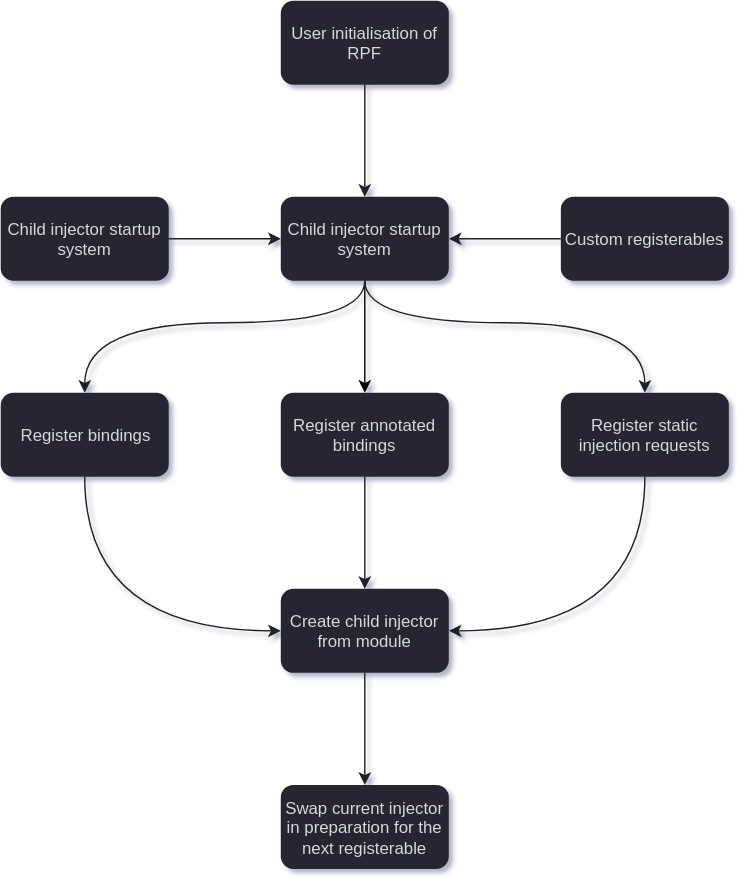
The draw.io diagram includes/img/flow.svg in PiggyPiglet/Framework-Site, before a commit. Source tidied: cells renumbered, new cells last; positions are measured from the earlier drawing's top-left corner, leaving out a move shared by most shapes. Its diagram source:
```xml
<mxGraphModel shadow="1">
  <root>
    <mxCell id="0" />
    <mxCell id="1" parent="0" />
    <mxCell id="2" style="edgeStyle=orthogonalEdgeStyle;jettySize=auto;html=1;curved=1;strokeColor=#1e2127;shadow=0;" parent="1" edge="1" source="3" target="7">
      <mxGeometry relative="1" as="geometry" />
    </mxCell>
    <mxCell id="3" value="Custom registerables" style="rounded=1;whiteSpace=wrap;html=1;glass=0;comic=0;shadow=0;strokeColor=none;fillColor=#252830;fontColor=#d8d8d8;" parent="1" vertex="1">
      <mxGeometry x="400" y="140" width="120" height="60" as="geometry" />
    </mxCell>
    <mxCell id="4" style="edgeStyle=orthogonalEdgeStyle;jettySize=auto;html=1;curved=1;shadow=0;" parent="1" edge="1" source="7" target="13">
      <mxGeometry relative="1" as="geometry" />
    </mxCell>
    <mxCell id="5" style="edgeStyle=orthogonalEdgeStyle;jettySize=auto;html=1;entryX=0.5;entryY=0;entryDx=0;entryDy=0;curved=1;strokeColor=#1e2127;shadow=0;" parent="1" edge="1" source="7" target="20">
      <mxGeometry relative="1" as="geometry">
        <Array as="points">
          <mxPoint x="260" y="230" />
          <mxPoint x="60" y="230" />
        </Array>
      </mxGeometry>
    </mxCell>
    <mxCell id="6" style="edgeStyle=orthogonalEdgeStyle;jettySize=auto;html=1;entryX=0.5;entryY=0;entryDx=0;entryDy=0;shadow=0;comic=0;strokeColor=#1e2127;curved=1;" parent="1" edge="1" source="7" target="18">
      <mxGeometry relative="1" as="geometry">
        <Array as="points">
          <mxPoint x="260" y="230" />
          <mxPoint x="460" y="230" />
        </Array>
      </mxGeometry>
    </mxCell>
    <mxCell id="7" value="Child injector startup system" style="rounded=1;whiteSpace=wrap;html=1;glass=0;comic=0;shadow=0;strokeColor=none;fillColor=#252830;fontColor=#d8d8d8;" parent="1" vertex="1">
      <mxGeometry x="200" y="140" width="120" height="60" as="geometry" />
    </mxCell>
    <mxCell id="8" style="edgeStyle=orthogonalEdgeStyle;jettySize=auto;html=1;curved=1;strokeColor=#1e2127;shadow=0;" parent="1" edge="1" source="9" target="7">
      <mxGeometry relative="1" as="geometry" />
    </mxCell>
    <mxCell id="9" value="User initialisation of RPF" style="rounded=1;whiteSpace=wrap;html=1;shadow=0;strokeColor=none;fillColor=#252830;fontColor=#d8d8d8;" parent="1" vertex="1">
      <mxGeometry x="200" width="120" height="60" as="geometry" />
    </mxCell>
    <mxCell id="10" style="edgeStyle=orthogonalEdgeStyle;jettySize=auto;html=1;curved=1;strokeColor=#1e2127;shadow=0;" parent="1" edge="1" source="11" target="7">
      <mxGeometry relative="1" as="geometry" />
    </mxCell>
    <mxCell id="11" value="Child injector startup system" style="rounded=1;whiteSpace=wrap;html=1;glass=0;comic=0;shadow=0;strokeColor=none;fillColor=#252830;fontColor=#d8d8d8;" parent="1" vertex="1">
      <mxGeometry y="140" width="120" height="60" as="geometry" />
    </mxCell>
    <mxCell id="12" style="edgeStyle=orthogonalEdgeStyle;jettySize=auto;html=1;curved=1;strokeColor=#1e2127;shadow=0;" parent="1" edge="1" source="13" target="15">
      <mxGeometry relative="1" as="geometry" />
    </mxCell>
    <mxCell id="13" value="Register annotated bindings" style="rounded=1;whiteSpace=wrap;html=1;glass=0;comic=0;shadow=0;strokeColor=none;fillColor=#252830;fontColor=#d8d8d8;" parent="1" vertex="1">
      <mxGeometry x="200" y="280" width="120" height="60" as="geometry" />
    </mxCell>
    <mxCell id="14" style="edgeStyle=orthogonalEdgeStyle;jettySize=auto;html=1;curved=1;strokeColor=#1e2127;shadow=0;" parent="1" edge="1" source="15" target="16">
      <mxGeometry relative="1" as="geometry" />
    </mxCell>
    <mxCell id="15" value="Create child injector from module" style="rounded=1;whiteSpace=wrap;html=1;glass=0;comic=0;shadow=0;strokeColor=none;fillColor=#252830;fontColor=#d8d8d8;" parent="1" vertex="1">
      <mxGeometry x="200" y="420" width="120" height="60" as="geometry" />
    </mxCell>
    <mxCell id="16" value="Swap current injector in preparation for the next registerable" style="rounded=1;whiteSpace=wrap;html=1;glass=0;comic=0;shadow=0;strokeColor=none;fillColor=#252830;fontColor=#d8d8d8;" parent="1" vertex="1">
      <mxGeometry x="200" y="560" width="120" height="60" as="geometry" />
    </mxCell>
    <mxCell id="17" style="edgeStyle=orthogonalEdgeStyle;jettySize=auto;html=1;entryX=1;entryY=0.5;entryDx=0;entryDy=0;curved=1;strokeColor=#1e2127;shadow=0;" parent="1" edge="1" source="18" target="15">
      <mxGeometry relative="1" as="geometry">
        <Array as="points">
          <mxPoint x="460" y="450" />
        </Array>
      </mxGeometry>
    </mxCell>
    <mxCell id="18" value="Register static injection requests" style="rounded=1;whiteSpace=wrap;html=1;glass=0;comic=0;shadow=0;strokeColor=none;fillColor=#252830;fontColor=#d8d8d8;" parent="1" vertex="1">
      <mxGeometry x="400" y="280" width="120" height="60" as="geometry" />
    </mxCell>
    <mxCell id="19" style="edgeStyle=orthogonalEdgeStyle;jettySize=auto;html=1;entryX=0;entryY=0.5;entryDx=0;entryDy=0;curved=1;strokeColor=#1e2127;shadow=0;" parent="1" edge="1" source="20" target="15">
      <mxGeometry relative="1" as="geometry">
        <Array as="points">
          <mxPoint x="60" y="450" />
        </Array>
      </mxGeometry>
    </mxCell>
    <mxCell id="20" value="Register bindings" style="rounded=1;whiteSpace=wrap;html=1;glass=0;comic=0;shadow=0;strokeColor=none;fillColor=#252830;fontColor=#d8d8d8;" parent="1" vertex="1">
      <mxGeometry y="280" width="120" height="60" as="geometry" />
    </mxCell>
  </root>
</mxGraphModel>
```
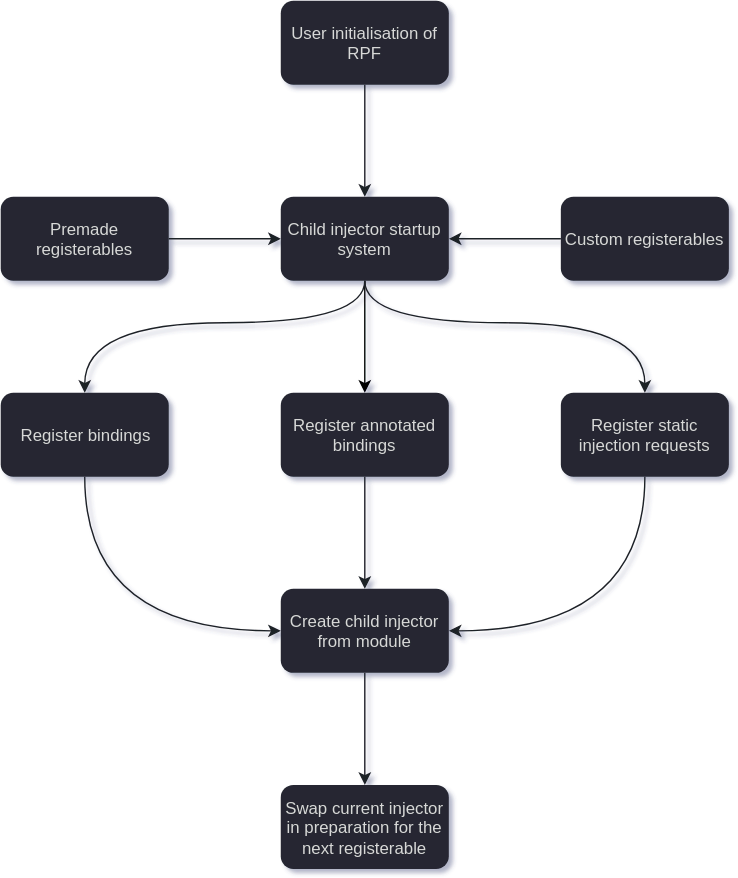
Later version of the same file.

Commit message:
change desc & flow pic

What changed in the source:
```diff
@@ -39,7 +39,7 @@
     <mxCell id="10" style="edgeStyle=orthogonalEdgeStyle;jettySize=auto;html=1;curved=1;strokeColor=#1e2127;shadow=0;" parent="1" edge="1" source="11" target="7">
       <mxGeometry relative="1" as="geometry" />
     </mxCell>
-    <mxCell id="11" value="Child injector startup system" style="rounded=1;whiteSpace=wrap;html=1;glass=0;comic=0;shadow=0;strokeColor=none;fillColor=#252830;fontColor=#d8d8d8;" parent="1" vertex="1">
+    <mxCell id="11" value="Premade registerables" style="rounded=1;whiteSpace=wrap;html=1;glass=0;comic=0;shadow=0;strokeColor=none;fillColor=#252830;fontColor=#d8d8d8;" parent="1" vertex="1">
       <mxGeometry y="140" width="120" height="60" as="geometry" />
     </mxCell>
     <mxCell id="12" style="edgeStyle=orthogonalEdgeStyle;jettySize=auto;html=1;curved=1;strokeColor=#1e2127;shadow=0;" parent="1" edge="1" source="13" target="15">
```
